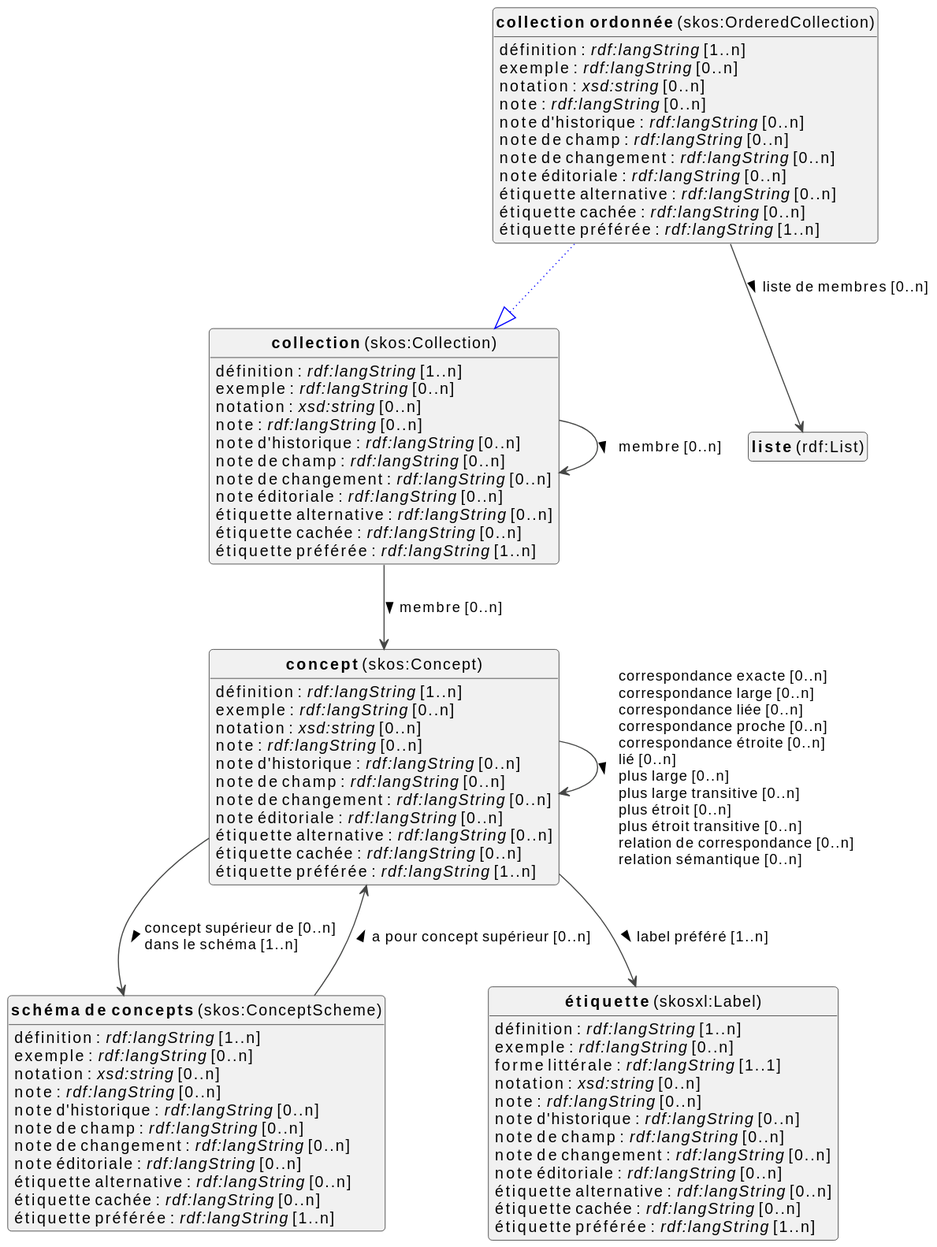
The PlantUML diagram docs/metadata/knowledge-graph/0.0.1/terms/fr/terms-diagram.svg in viaacode/documentation-jekyll, before a commit.
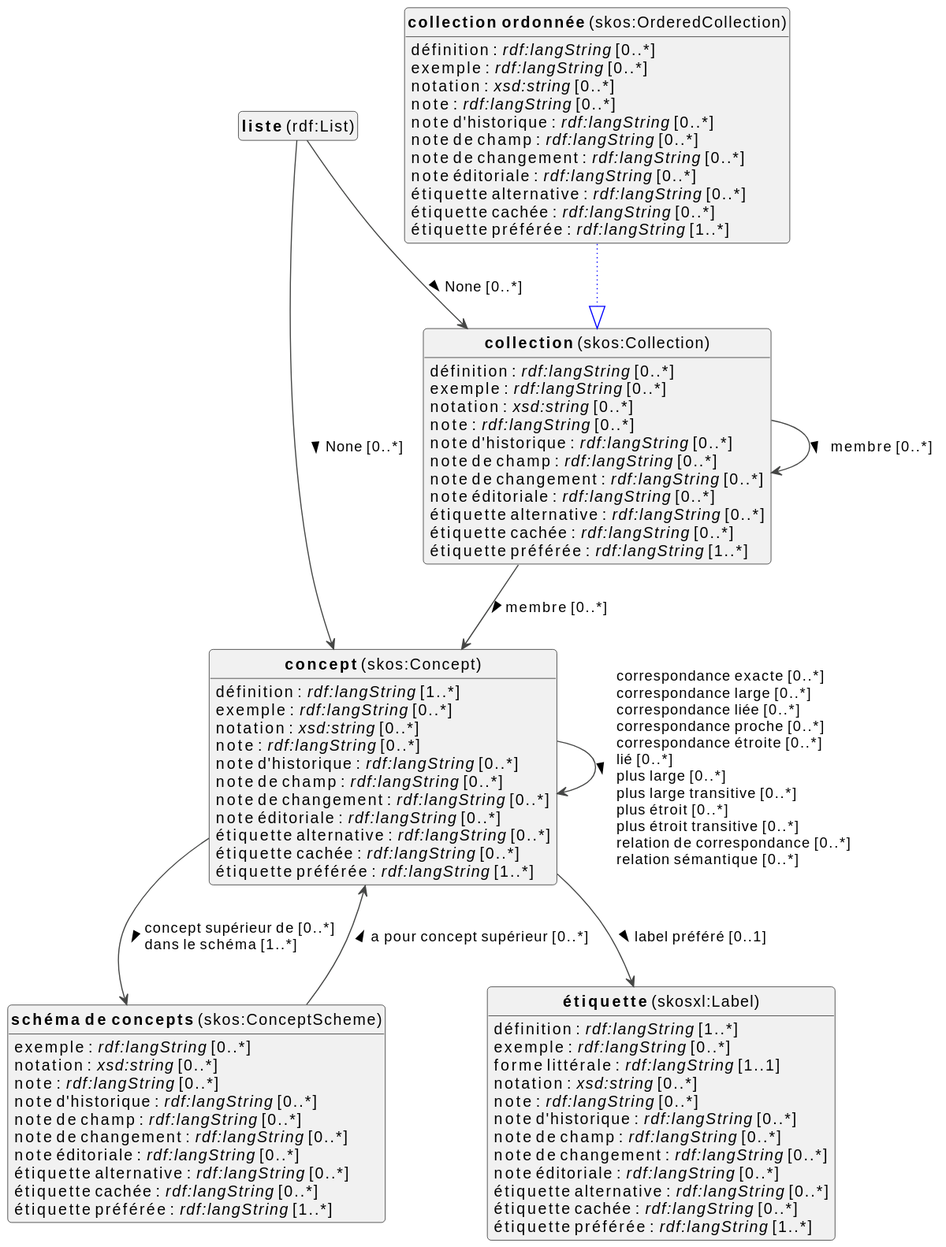
The same diagram one commit later.

Diff of the diagram source:
```diff
@@ -19,88 +19,88 @@
 class "<b>étiquette</b> (skosxl:Label)" as skosxl_Label [[#skosxl%3ALabel]]
 
 
-skos_Collection : définition : <i>rdf:langString</i> [1..n]
-skos_Collection : exemple : <i>rdf:langString</i> [0..n]
-skos_Collection : notation : <i>xsd:string</i> [0..n]
-skos_Collection : note : <i>rdf:langString</i> [0..n]
-skos_Collection : note d'historique : <i>rdf:langString</i> [0..n]
-skos_Collection : note de champ : <i>rdf:langString</i> [0..n]
-skos_Collection : note de changement : <i>rdf:langString</i> [0..n]
-skos_Collection : note éditoriale : <i>rdf:langString</i> [0..n]
-skos_Collection : étiquette alternative : <i>rdf:langString</i> [0..n]
-skos_Collection : étiquette cachée : <i>rdf:langString</i> [0..n]
-skos_Collection : étiquette préférée : <i>rdf:langString</i> [1..n]
+skos_Collection : définition : <i>rdf:langString</i> [0..*]
+skos_Collection : exemple : <i>rdf:langString</i> [0..*]
+skos_Collection : notation : <i>xsd:string</i> [0..*]
+skos_Collection : note : <i>rdf:langString</i> [0..*]
+skos_Collection : note d'historique : <i>rdf:langString</i> [0..*]
+skos_Collection : note de champ : <i>rdf:langString</i> [0..*]
+skos_Collection : note de changement : <i>rdf:langString</i> [0..*]
+skos_Collection : note éditoriale : <i>rdf:langString</i> [0..*]
+skos_Collection : étiquette alternative : <i>rdf:langString</i> [0..*]
+skos_Collection : étiquette cachée : <i>rdf:langString</i> [0..*]
+skos_Collection : étiquette préférée : <i>rdf:langString</i> [1..*]
 
-skos_Collection --> skos_Collection :membre [0..n]  >
-skos_Collection --> skos_Concept :membre [0..n]  >
+skos_Collection --> skos_Collection :membre [0..*]  >
+skos_Collection --> skos_Concept :membre [0..*]  >
 
 
 skos_OrderedCollection --|> skos_Collection #blue;line.dotted;text:blue
 
-skos_OrderedCollection : définition : <i>rdf:langString</i> [1..n]
-skos_OrderedCollection : exemple : <i>rdf:langString</i> [0..n]
-skos_OrderedCollection : notation : <i>xsd:string</i> [0..n]
-skos_OrderedCollection : note : <i>rdf:langString</i> [0..n]
-skos_OrderedCollection : note d'historique : <i>rdf:langString</i> [0..n]
-skos_OrderedCollection : note de champ : <i>rdf:langString</i> [0..n]
-skos_OrderedCollection : note de changement : <i>rdf:langString</i> [0..n]
-skos_OrderedCollection : note éditoriale : <i>rdf:langString</i> [0..n]
-skos_OrderedCollection : étiquette alternative : <i>rdf:langString</i> [0..n]
-skos_OrderedCollection : étiquette cachée : <i>rdf:langString</i> [0..n]
-skos_OrderedCollection : étiquette préférée : <i>rdf:langString</i> [1..n]
-skos_OrderedCollection --> rdf_List :liste de membres [0..n]  >
+skos_OrderedCollection : définition : <i>rdf:langString</i> [0..*]
+skos_OrderedCollection : exemple : <i>rdf:langString</i> [0..*]
+skos_OrderedCollection : notation : <i>xsd:string</i> [0..*]
+skos_OrderedCollection : note : <i>rdf:langString</i> [0..*]
+skos_OrderedCollection : note d'historique : <i>rdf:langString</i> [0..*]
+skos_OrderedCollection : note de champ : <i>rdf:langString</i> [0..*]
+skos_OrderedCollection : note de changement : <i>rdf:langString</i> [0..*]
+skos_OrderedCollection : note éditoriale : <i>rdf:langString</i> [0..*]
+skos_OrderedCollection : étiquette alternative : <i>rdf:langString</i> [0..*]
+skos_OrderedCollection : étiquette cachée : <i>rdf:langString</i> [0..*]
+skos_OrderedCollection : étiquette préférée : <i>rdf:langString</i> [1..*]
 
 
 
 
-skos_Concept : définition : <i>rdf:langString</i> [1..n]
-skos_Concept : exemple : <i>rdf:langString</i> [0..n]
-skos_Concept : notation : <i>xsd:string</i> [0..n]
-skos_Concept : note : <i>rdf:langString</i> [0..n]
-skos_Concept : note d'historique : <i>rdf:langString</i> [0..n]
-skos_Concept : note de champ : <i>rdf:langString</i> [0..n]
-skos_Concept : note de changement : <i>rdf:langString</i> [0..n]
-skos_Concept : note éditoriale : <i>rdf:langString</i> [0..n]
-skos_Concept : étiquette alternative : <i>rdf:langString</i> [0..n]
-skos_Concept : étiquette cachée : <i>rdf:langString</i> [0..n]
-skos_Concept : étiquette préférée : <i>rdf:langString</i> [1..n]
+skos_Concept : définition : <i>rdf:langString</i> [1..*]
+skos_Concept : exemple : <i>rdf:langString</i> [0..*]
+skos_Concept : notation : <i>xsd:string</i> [0..*]
+skos_Concept : note : <i>rdf:langString</i> [0..*]
+skos_Concept : note d'historique : <i>rdf:langString</i> [0..*]
+skos_Concept : note de champ : <i>rdf:langString</i> [0..*]
+skos_Concept : note de changement : <i>rdf:langString</i> [0..*]
+skos_Concept : note éditoriale : <i>rdf:langString</i> [0..*]
+skos_Concept : étiquette alternative : <i>rdf:langString</i> [0..*]
+skos_Concept : étiquette cachée : <i>rdf:langString</i> [0..*]
+skos_Concept : étiquette préférée : <i>rdf:langString</i> [1..*]
 
-skos_Concept --> skos_Concept :correspondance exacte [0..n]  \lcorrespondance large [0..n]  \lcorrespondance liée [0..n]  \lcorrespondance proche [0..n]  \lcorrespondance étroite [0..n]  \llié [0..n]  \lplus large [0..n]  \lplus large transitive [0..n]  \lplus étroit [0..n]  \lplus étroit transitive [0..n]  \lrelation de correspondance [0..n]  \lrelation sémantique [0..n]  >
-skos_Concept --> skos_ConceptScheme :concept supérieur de [0..n]  \ldans le schéma [1..n]  >
-skos_Concept --> skosxl_Label :label préféré [1..n]  >
+skos_Concept --> skos_Concept :correspondance exacte [0..*]  \lcorrespondance large [0..*]  \lcorrespondance liée [0..*]  \lcorrespondance proche [0..*]  \lcorrespondance étroite [0..*]  \llié [0..*]  \lplus large [0..*]  \lplus large transitive [0..*]  \lplus étroit [0..*]  \lplus étroit transitive [0..*]  \lrelation de correspondance [0..*]  \lrelation sémantique [0..*]  >
+skos_Concept --> skos_ConceptScheme :concept supérieur de [0..*]  \ldans le schéma [1..*]  >
+skos_Concept --> skosxl_Label :label préféré [0..1]  >
 
 
 
+rdf_List --> skos_Collection :None [0..*]  >
+rdf_List --> skos_Concept :None [0..*]  >
 
 
-skos_ConceptScheme : définition : <i>rdf:langString</i> [1..n]
-skos_ConceptScheme : exemple : <i>rdf:langString</i> [0..n]
-skos_ConceptScheme : notation : <i>xsd:string</i> [0..n]
-skos_ConceptScheme : note : <i>rdf:langString</i> [0..n]
-skos_ConceptScheme : note d'historique : <i>rdf:langString</i> [0..n]
-skos_ConceptScheme : note de champ : <i>rdf:langString</i> [0..n]
-skos_ConceptScheme : note de changement : <i>rdf:langString</i> [0..n]
-skos_ConceptScheme : note éditoriale : <i>rdf:langString</i> [0..n]
-skos_ConceptScheme : étiquette alternative : <i>rdf:langString</i> [0..n]
-skos_ConceptScheme : étiquette cachée : <i>rdf:langString</i> [0..n]
-skos_ConceptScheme : étiquette préférée : <i>rdf:langString</i> [1..n]
+skos_ConceptScheme : exemple : <i>rdf:langString</i> [0..*]
+skos_ConceptScheme : notation : <i>xsd:string</i> [0..*]
+skos_ConceptScheme : note : <i>rdf:langString</i> [0..*]
+skos_ConceptScheme : note d'historique : <i>rdf:langString</i> [0..*]
+skos_ConceptScheme : note de champ : <i>rdf:langString</i> [0..*]
+skos_ConceptScheme : note de changement : <i>rdf:langString</i> [0..*]
+skos_ConceptScheme : note éditoriale : <i>rdf:langString</i> [0..*]
+skos_ConceptScheme : étiquette alternative : <i>rdf:langString</i> [0..*]
+skos_ConceptScheme : étiquette cachée : <i>rdf:langString</i> [0..*]
+skos_ConceptScheme : étiquette préférée : <i>rdf:langString</i> [1..*]
 
-skos_ConceptScheme --> skos_Concept :a pour concept supérieur [0..n]  >
+skos_ConceptScheme --> skos_Concept :a pour concept supérieur [0..*]  >
 
 
 
-skosxl_Label : définition : <i>rdf:langString</i> [1..n]
-skosxl_Label : exemple : <i>rdf:langString</i> [0..n]
+skosxl_Label : définition : <i>rdf:langString</i> [1..*]
+skosxl_Label : exemple : <i>rdf:langString</i> [0..*]
 skosxl_Label : forme littérale : <i>rdf:langString</i> [1..1]
-skosxl_Label : notation : <i>xsd:string</i> [0..n]
-skosxl_Label : note : <i>rdf:langString</i> [0..n]
-skosxl_Label : note d'historique : <i>rdf:langString</i> [0..n]
-skosxl_Label : note de champ : <i>rdf:langString</i> [0..n]
-skosxl_Label : note de changement : <i>rdf:langString</i> [0..n]
-skosxl_Label : note éditoriale : <i>rdf:langString</i> [0..n]
-skosxl_Label : étiquette alternative : <i>rdf:langString</i> [0..n]
-skosxl_Label : étiquette cachée : <i>rdf:langString</i> [0..n]
-skosxl_Label : étiquette préférée : <i>rdf:langString</i> [1..n]
+skosxl_Label : notation : <i>xsd:string</i> [0..*]
+skosxl_Label : note : <i>rdf:langString</i> [0..*]
+skosxl_Label : note d'historique : <i>rdf:langString</i> [0..*]
+skosxl_Label : note de champ : <i>rdf:langString</i> [0..*]
+skosxl_Label : note de changement : <i>rdf:langString</i> [0..*]
+skosxl_Label : note éditoriale : <i>rdf:langString</i> [0..*]
+skosxl_Label : étiquette alternative : <i>rdf:langString</i> [0..*]
+skosxl_Label : étiquette cachée : <i>rdf:langString</i> [0..*]
+skosxl_Label : étiquette préférée : <i>rdf:langString</i> [1..*]
 
 
 
```
